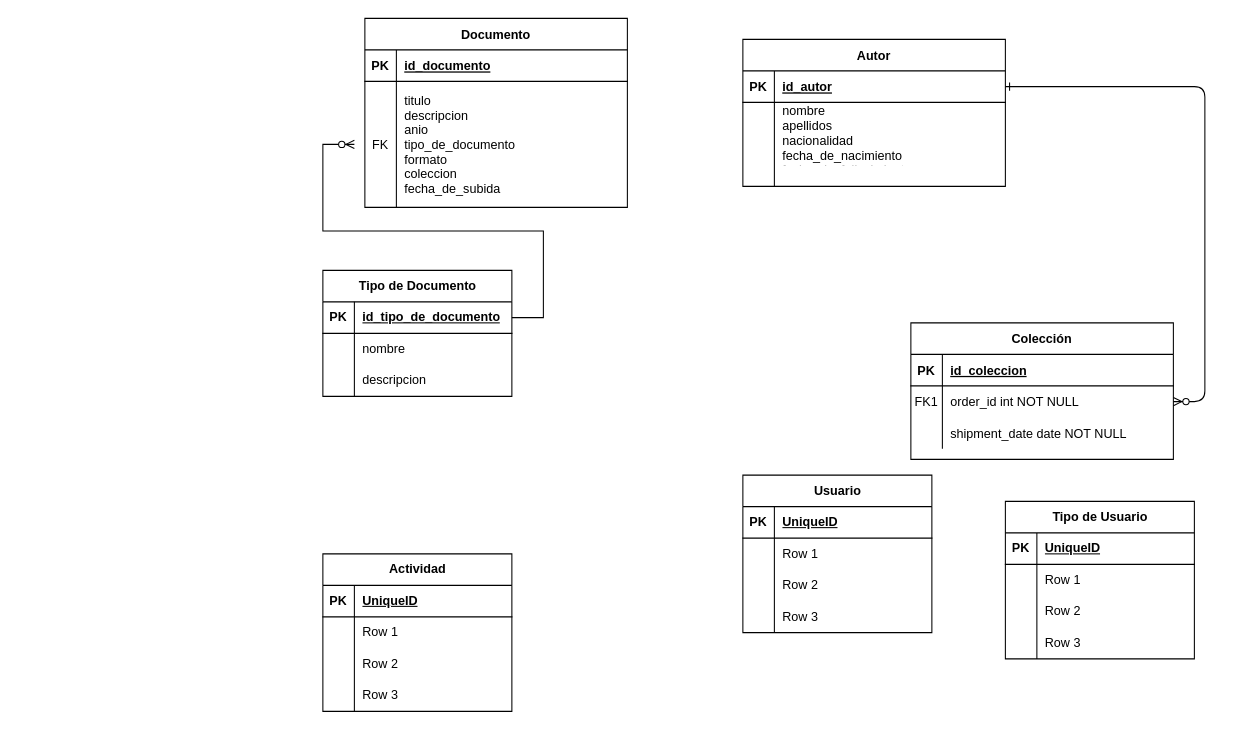
Earlier version of the draw.io diagram aetas-historia-ER.drawio (reyes-art-car/aetas-historia). Source tidied: cells renumbered, new cells numbered last; positions are measured from the earlier drawing's top-left corner, leaving out a move shared by most shapes. Both pictures are drawn from the tidied source at 105%, with x=0, y=0 at pixel (322, 18).
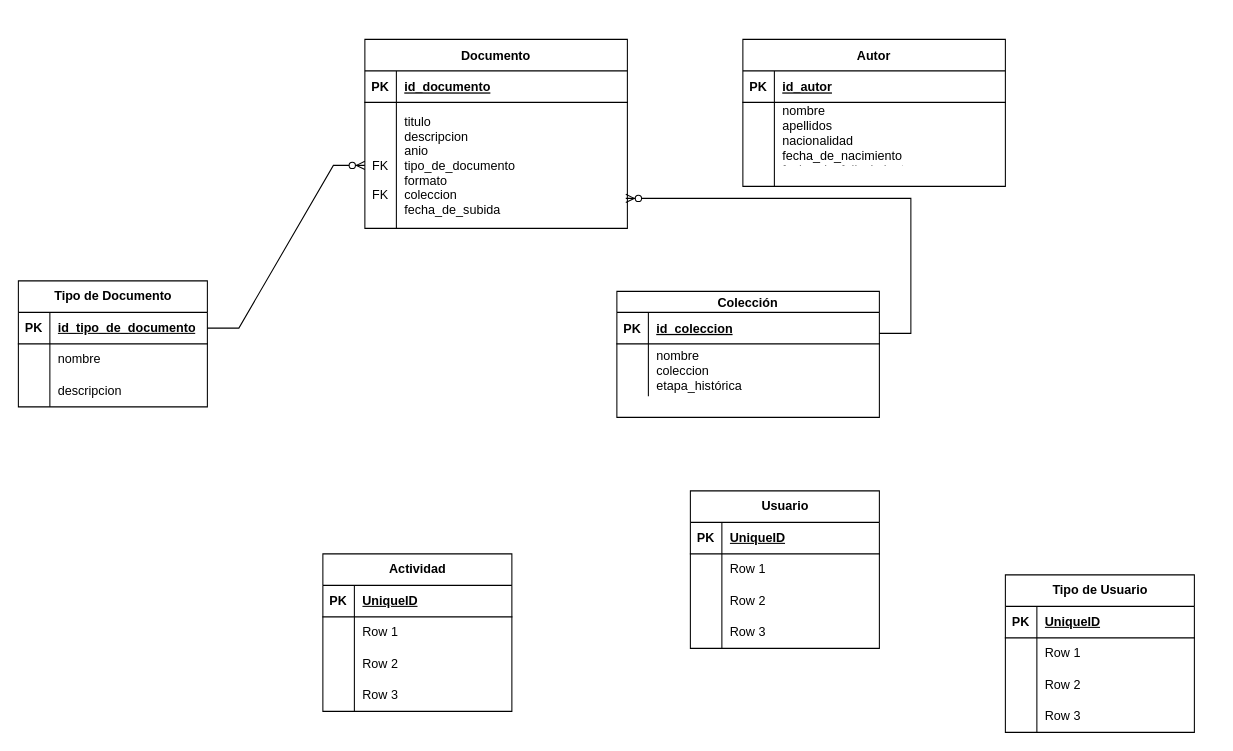
Above is the later version.

The change refers to these unchanged cells:
```xml
<mxCell id="4" style="shape=partialRectangle;fillColor=none;points=[[0,0.5],[1,0.5]];portConstraint=eastwest;top=0;left=0;right=0;bottom=1;" parent="3" vertex="1">
  <mxGeometry y="30" width="250" height="30" as="geometry" />
</mxCell>
<mxCell id="27" style="shape=partialRectangle;fillColor=none;points=[[0,0.5],[1,0.5]];portConstraint=eastwest;top=0;left=0;right=0;bottom=0;" parent="23" vertex="1">
  <mxGeometry y="60" width="250" height="120" as="geometry" />
</mxCell>
<mxCell id="31" style="shape=tableRow;horizontal=0;startSize=0;swimlaneHead=0;swimlaneBody=0;fillColor=none;points=[[0,0.5],[1,0.5]];portConstraint=eastwest;top=0;left=0;right=0;bottom=1;" parent="30" vertex="1">
  <mxGeometry y="30" width="180" height="30" as="geometry" />
</mxCell>
```

Change to the diagram source:
```diff
@@
-    <mxCell id="2" style="edgeStyle=entityRelationEdgeStyle;endArrow=ERzeroToMany;startArrow=ERone;endFill=1;startFill=0;" parent="1" edge="1" source="4" target="17">
-      <mxGeometry relative="1" as="geometry" />
-    </mxCell>
@@
-    <mxCell id="13" value="Colección" style="shape=table;startSize=30;childLayout=tableLayout;rowLines=0;fontStyle=1;align=center;" parent="1" vertex="1">
-      <mxGeometry x="560" y="290" width="250" height="130" as="geometry" />
+    <mxCell id="13" value="Colección" style="shape=table;startSize=20;childLayout=tableLayout;rowLines=0;fontStyle=1;align=center;" parent="1" vertex="1">
+      <mxGeometry x="280" y="260" width="250" height="120" as="geometry" />
     </mxCell>
     <mxCell id="14" style="shape=partialRectangle;fillColor=none;top=0;left=0;right=0;bottom=1;" parent="13" vertex="1">
-      <mxGeometry y="30" width="250" height="30" as="geometry" />
+      <mxGeometry y="20" width="250" height="30" as="geometry" />
     </mxCell>
@@
     <mxCell id="17" style="shape=partialRectangle;fillColor=none;points=[[0,0.5],[1,0.5]];portConstraint=eastwest;top=0;left=0;right=0;bottom=0;" parent="13" vertex="1">
-      <mxGeometry y="60" width="250" height="30" as="geometry" />
+      <mxGeometry y="50" width="250" height="50" as="geometry" />
     </mxCell>
-    <mxCell id="18" value="FK1" style="shape=partialRectangle;overflow=hidden;fillColor=none;top=0;left=0;bottom=0;right=0;" parent="17" vertex="1">
-      <mxGeometry width="30" height="30" as="geometry" />
+    <mxCell id="18" style="shape=partialRectangle;overflow=hidden;fillColor=none;top=0;left=0;bottom=0;right=0;" parent="17" vertex="1">
+      <mxGeometry width="30" height="50" as="geometry" />
     </mxCell>
-    <mxCell id="19" value="order_id int NOT NULL" style="shape=partialRectangle;overflow=hidden;fillColor=none;top=0;left=0;bottom=0;right=0;align=left;spacingLeft=6;" parent="17" vertex="1">
-      <mxGeometry x="30" width="220" height="30" as="geometry" />
+    <mxCell id="19" value="nombre&#10;coleccion&#10;etapa_histórica" style="shape=partialRectangle;overflow=hidden;fillColor=none;top=0;left=0;bottom=0;right=0;align=left;spacingLeft=6;" parent="17" vertex="1">
+      <mxGeometry x="30" width="220" height="50" as="geometry" />
     </mxCell>
-    <mxCell id="20" style="shape=partialRectangle;fillColor=none;top=0;left=0;right=0;bottom=0;" parent="13" vertex="1">
-      <mxGeometry y="90" width="250" height="30" as="geometry" />
-    </mxCell>
-    <mxCell id="21" style="shape=partialRectangle;overflow=hidden;fillColor=none;top=0;left=0;bottom=0;right=0;" parent="20" vertex="1">
-      <mxGeometry width="30" height="30" as="geometry" />
-    </mxCell>
-    <mxCell id="22" value="shipment_date date NOT NULL" style="shape=partialRectangle;overflow=hidden;fillColor=none;top=0;left=0;bottom=0;right=0;align=left;spacingLeft=6;" parent="20" vertex="1">
-      <mxGeometry x="30" width="220" height="30" as="geometry" />
-    </mxCell>
     <mxCell id="23" value="Documento" style="shape=table;startSize=30;childLayout=tableLayout;rowLines=0;fontStyle=1;align=center;" parent="1" vertex="1">
-      <mxGeometry x="40" width="250" height="180" as="geometry" />
+      <mxGeometry x="40" y="20" width="250" height="180" as="geometry" />
     </mxCell>
@@
-    <mxCell id="28" value="FK" style="shape=partialRectangle;overflow=hidden;fillColor=none;top=0;left=0;bottom=0;right=0;" parent="27" vertex="1">
+    <mxCell id="28" value="&#10;&#10;FK&#10;&#10;FK" style="shape=partialRectangle;overflow=hidden;fillColor=none;top=0;left=0;bottom=0;right=0;" parent="27" vertex="1">
       <mxGeometry width="30" height="120" as="geometry" />
     </mxCell>
@@
     <mxCell id="30" value="Tipo de Documento" style="shape=table;startSize=30;childLayout=tableLayout;rowLines=0;fontStyle=1;align=center;html=1;" parent="1" vertex="1">
-      <mxGeometry y="240" width="180" height="120" as="geometry" />
+      <mxGeometry x="-290" y="250" width="180" height="120" as="geometry" />
     </mxCell>
@@
     <mxCell id="40" value="Usuario" style="shape=table;startSize=30;childLayout=tableLayout;rowLines=0;fontStyle=1;align=center;html=1;" parent="1" vertex="1">
-      <mxGeometry x="400" y="435" width="180" height="150" as="geometry" />
+      <mxGeometry x="350" y="450" width="180" height="150" as="geometry" />
     </mxCell>
@@
     <mxCell id="53" value="Tipo de Usuario" style="shape=table;startSize=30;childLayout=tableLayout;rowLines=0;fontStyle=1;align=center;html=1;" parent="1" vertex="1">
-      <mxGeometry x="650" y="460" width="180" height="150" as="geometry" />
+      <mxGeometry x="650" y="530" width="180" height="150" as="geometry" />
     </mxCell>
@@
     <mxCell id="79" style="edgeStyle=entityRelationEdgeStyle;fontSize=12;html=1;endArrow=ERzeroToMany;endFill=1;rounded=0;" parent="1" edge="1" source="31">
       <mxGeometry relative="1" as="geometry">
-        <mxPoint x="30" y="120" as="targetPoint" />
+        <mxPoint x="40" y="140" as="targetPoint" />
       </mxGeometry>
     </mxCell>
+    <mxCell id="80" style="edgeStyle=entityRelationEdgeStyle;fontSize=12;html=1;endArrow=ERzeroToMany;endFill=1;rounded=0;entryX=0.994;entryY=0.762;entryDx=0;entryDy=0;entryPerimeter=0;" parent="1" edge="1" target="27">
+      <mxGeometry relative="1" as="geometry">
+        <mxPoint x="530" y="300" as="sourcePoint" />
+        <Array as="points">
+          <mxPoint x="350" y="185" />
+          <mxPoint x="590" y="175" />
+          <mxPoint x="360" y="135" />
+        </Array>
+      </mxGeometry>
+    </mxCell>
```
